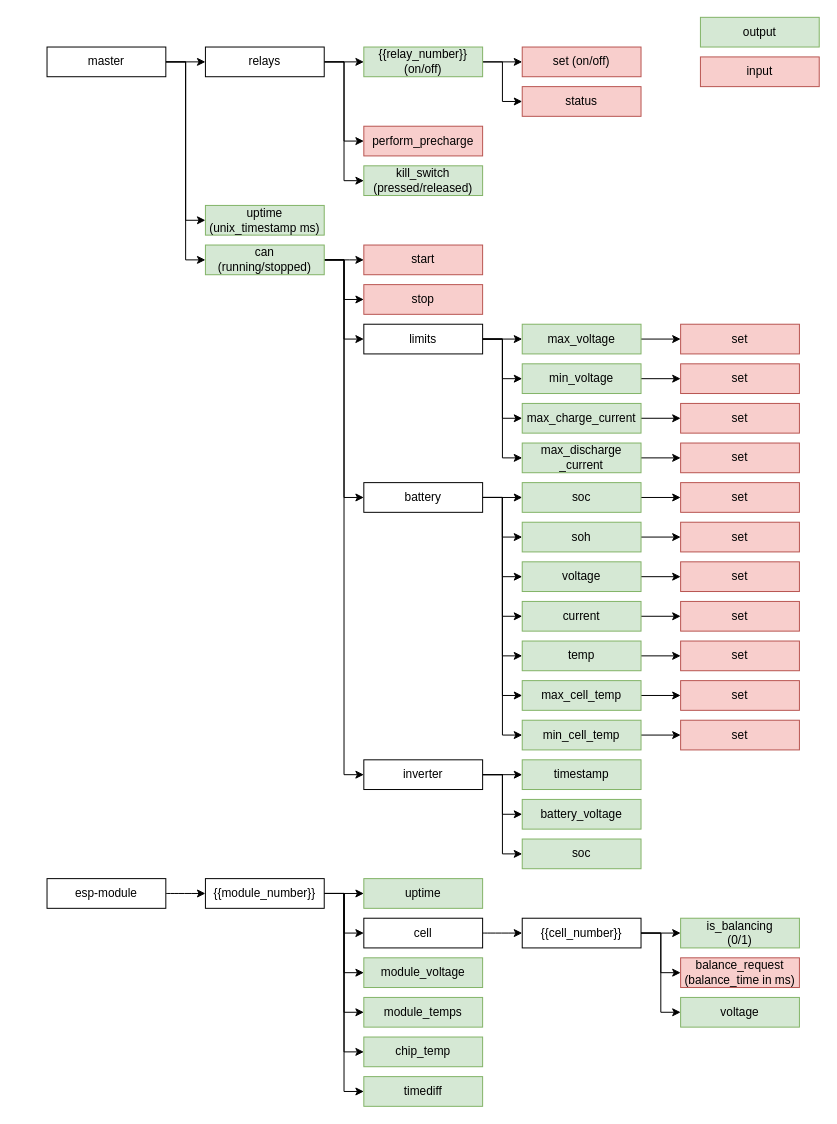
The draw.io diagram mqtt_topics.drawio in SunshadeCorp/EasyBMS-master, before the edit. Source tidied: cells renumbered, new cells numbered last; positions are measured from the earlier drawing's top-left corner, leaving out a move shared by most shapes. Both pictures are drawn from the tidied source at 99%, with x=0, y=0 at pixel (47, 17).
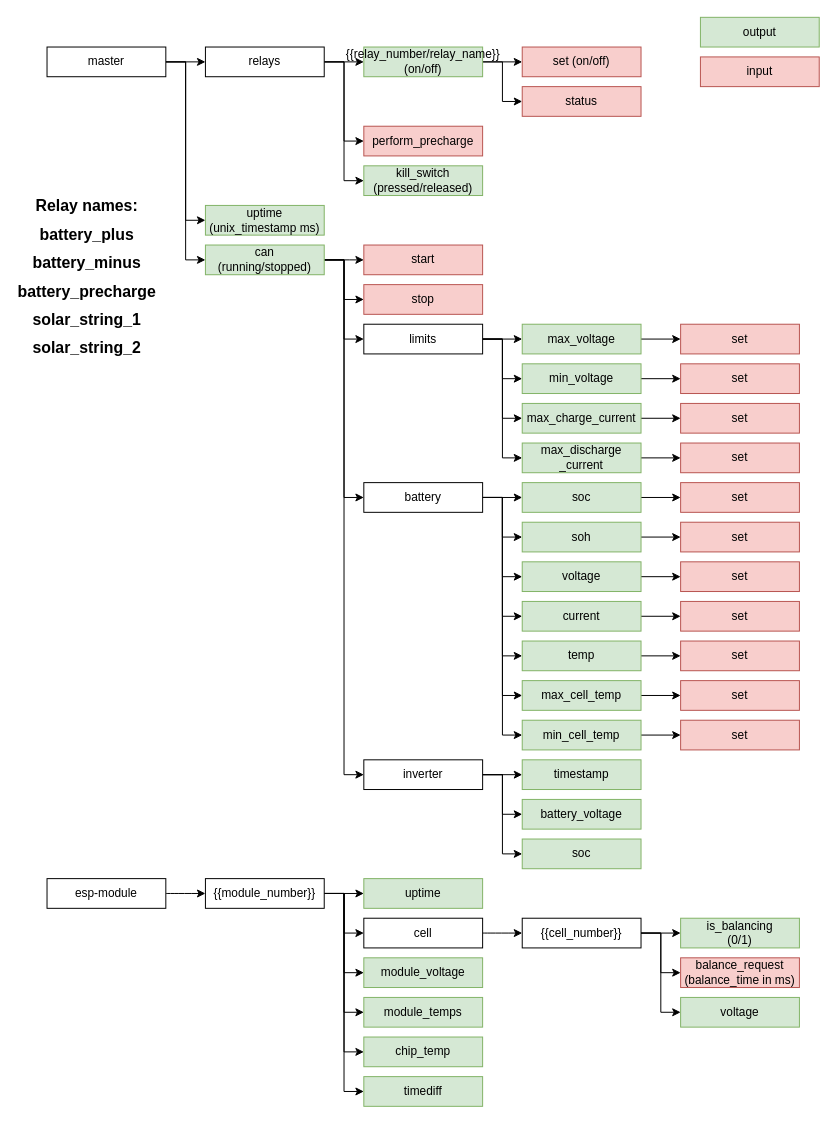
The same page after the edit.

Diff of the diagram source:
```diff
@@
-    <mxCell id="15" value="{{relay_number}}&lt;br&gt;(on/off)" style="rounded=0;whiteSpace=wrap;html=1;fillColor=#d5e8d4;strokeColor=#82b366;" parent="1" vertex="1">
+    <mxCell id="15" value="{{relay_number/relay_name}}&lt;br&gt;(on/off)" style="rounded=0;whiteSpace=wrap;html=1;fillColor=#d5e8d4;strokeColor=#82b366;" parent="1" vertex="1">
       <mxGeometry x="320" y="30" width="120" height="30" as="geometry" />
     </mxCell>
@@
+    <mxCell id="104" value="&lt;font style=&quot;font-size: 16px&quot;&gt;Relay names:&lt;br&gt;battery_plus&lt;br&gt;battery_minus&lt;br&gt;battery_precharge&lt;br&gt;solar_string_1&lt;br&gt;solar_string_2&lt;/font&gt;" style="text;strokeColor=none;fillColor=none;html=1;fontSize=24;fontStyle=1;verticalAlign=middle;align=center;" parent="1" vertex="1">
+      <mxGeometry x="-10" y="240" width="100" height="40" as="geometry" />
+    </mxCell>
```
